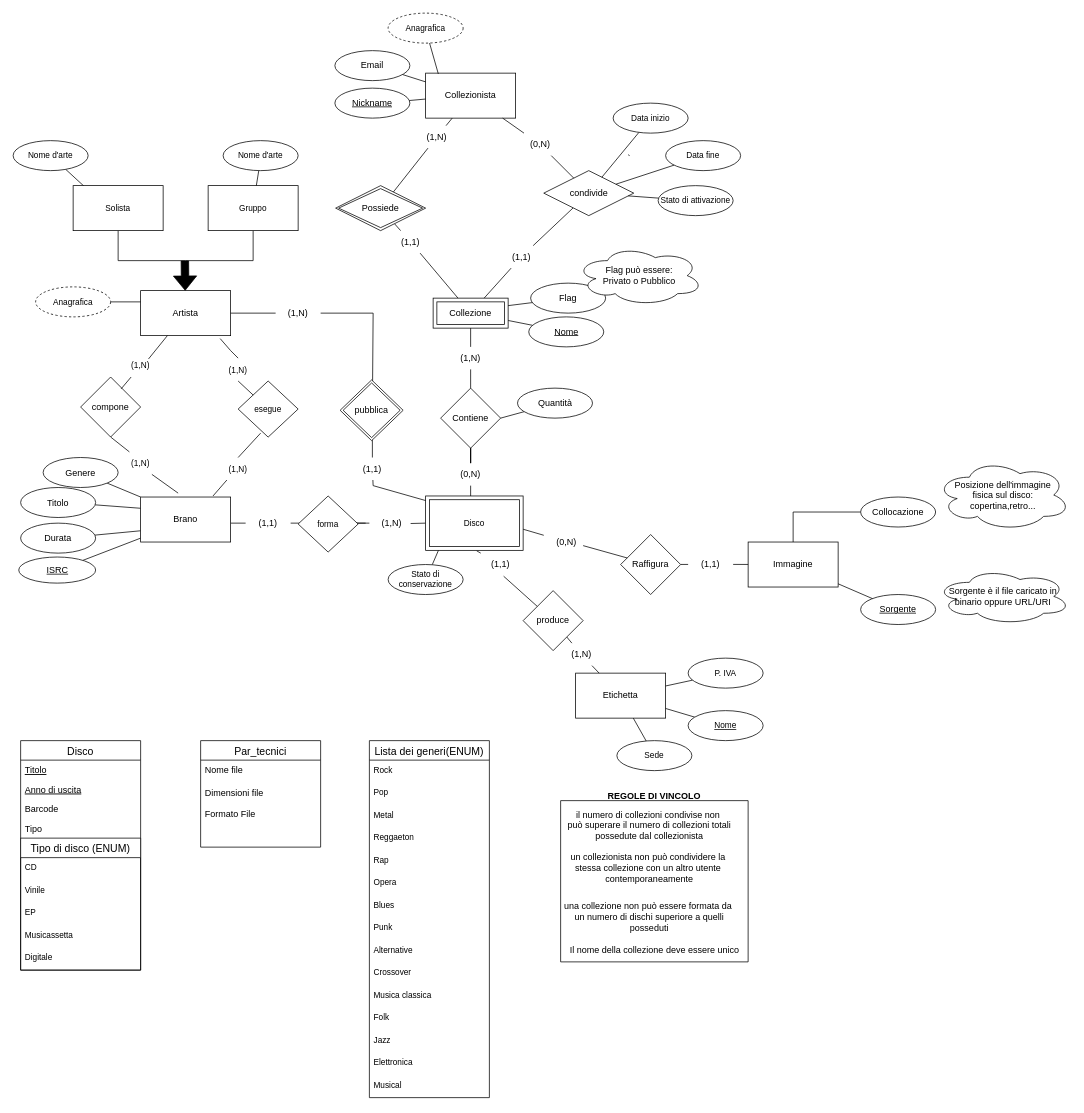
jessvzz/progetto_collezionisti keeps this draw.io diagram as page "Iniziale" (1 of 2) of Collectors_ER.drawio. Above is the earlier version. Source tidied: cells renumbered, new cells numbered last; positions are measured from the earlier drawing's top-left corner, leaving out a move shared by most shapes. Both pictures are drawn from the tidied source at 75%, with x=0, y=0 at pixel (13, 13).
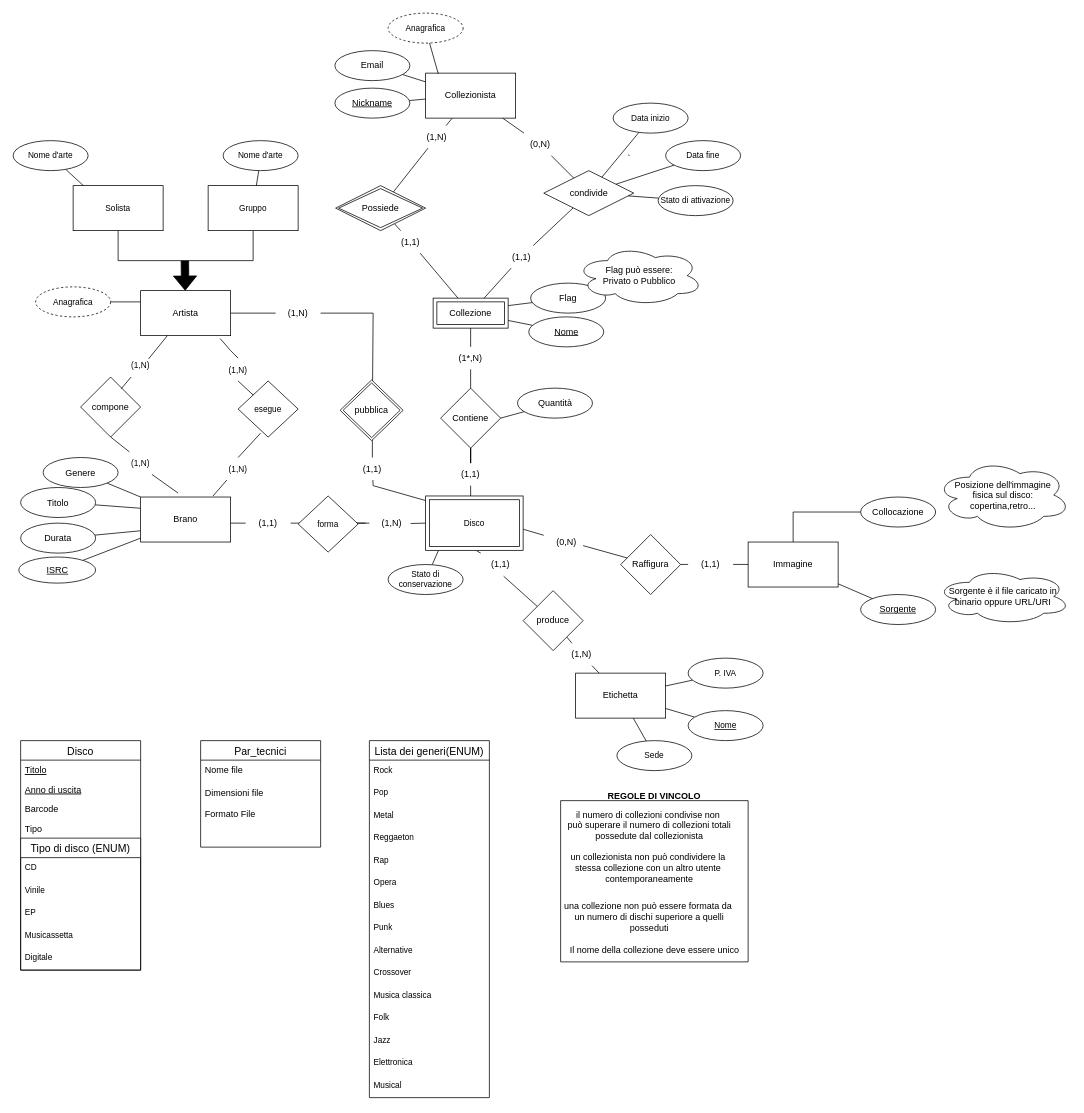
Above is the later version.

Change to the diagram source:
```diff
@@
-    <mxCell id="53" value="(1,N)" style="text;html=1;strokeColor=none;fillColor=none;align=center;verticalAlign=middle;whiteSpace=wrap;rounded=0;" parent="1" vertex="1">
+    <mxCell id="53" value="(1*,N)" style="text;html=1;strokeColor=none;fillColor=none;align=center;verticalAlign=middle;whiteSpace=wrap;rounded=0;" parent="1" vertex="1">
       <mxGeometry x="580" y="445" width="60" height="30" as="geometry" />
     </mxCell>
@@
-    <mxCell id="55" value="(0,N)" style="text;html=1;strokeColor=none;fillColor=none;align=center;verticalAlign=middle;whiteSpace=wrap;rounded=0;" parent="1" vertex="1">
+    <mxCell id="55" value="(1,1)" style="text;html=1;strokeColor=none;fillColor=none;align=center;verticalAlign=middle;whiteSpace=wrap;rounded=0;" parent="1" vertex="1">
       <mxGeometry x="580" y="600" width="60" height="30" as="geometry" />
     </mxCell>
```
